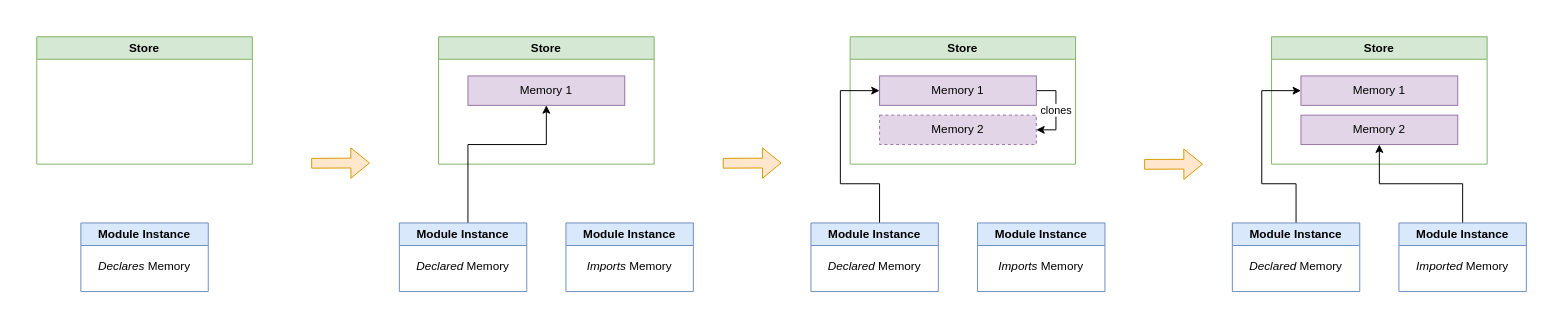
Above: page "Imported Memory" (3 of 4) of docs/graphics.drawio in AFKoffee/wasm-concurrency-analysis (draw.io), before the change. Source tidied: cells renumbered, new cells numbered last; positions are measured from the earlier drawing's top-left corner, leaving out a move shared by most shapes. Both pictures are drawn from the tidied source at 98%, with x=0, y=0 at pixel (36, 36).
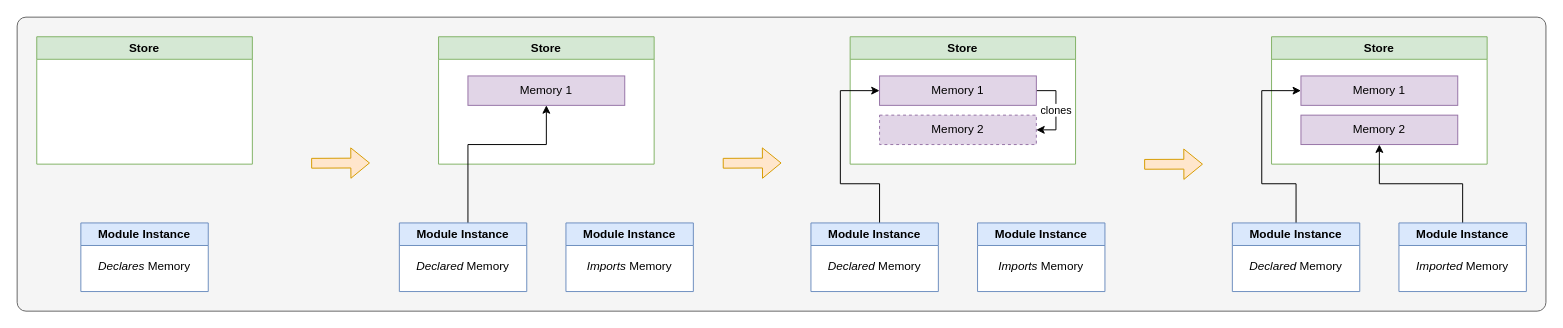
Above is the later version.

Change to the diagram source:
```diff
@@
+    <mxCell id="33" style="rounded=1;whiteSpace=wrap;html=1;fillColor=#f5f5f5;fontColor=#333333;strokeColor=#666666;fontStyle=1;verticalAlign=top;labelPosition=center;verticalLabelPosition=middle;align=center;arcSize=3;" parent="1" vertex="1">
+      <mxGeometry x="-20" y="-20" width="1560" height="300" as="geometry" />
+    </mxCell>
```
